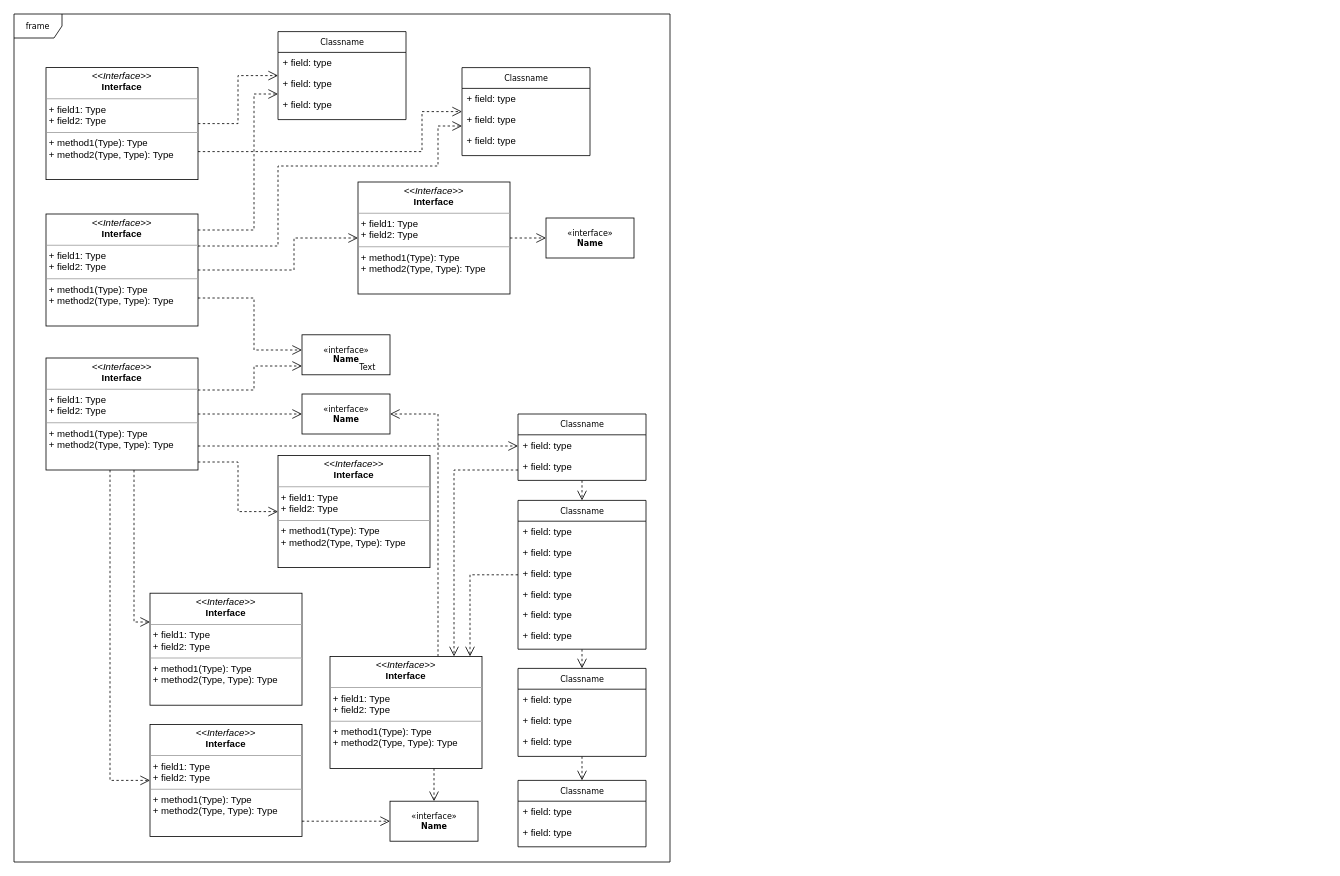
FrostLotus/Project keeps this draw.io diagram as 文件/TUCBatchEditor.drawio. Above is the earlier version. Source tidied: cells renumbered, new cells numbered last; positions are measured from the earlier drawing's top-left corner, leaving out a move shared by most shapes. Both pictures are drawn from the tidied source at 80%, with x=0, y=0 at pixel (14, 14).
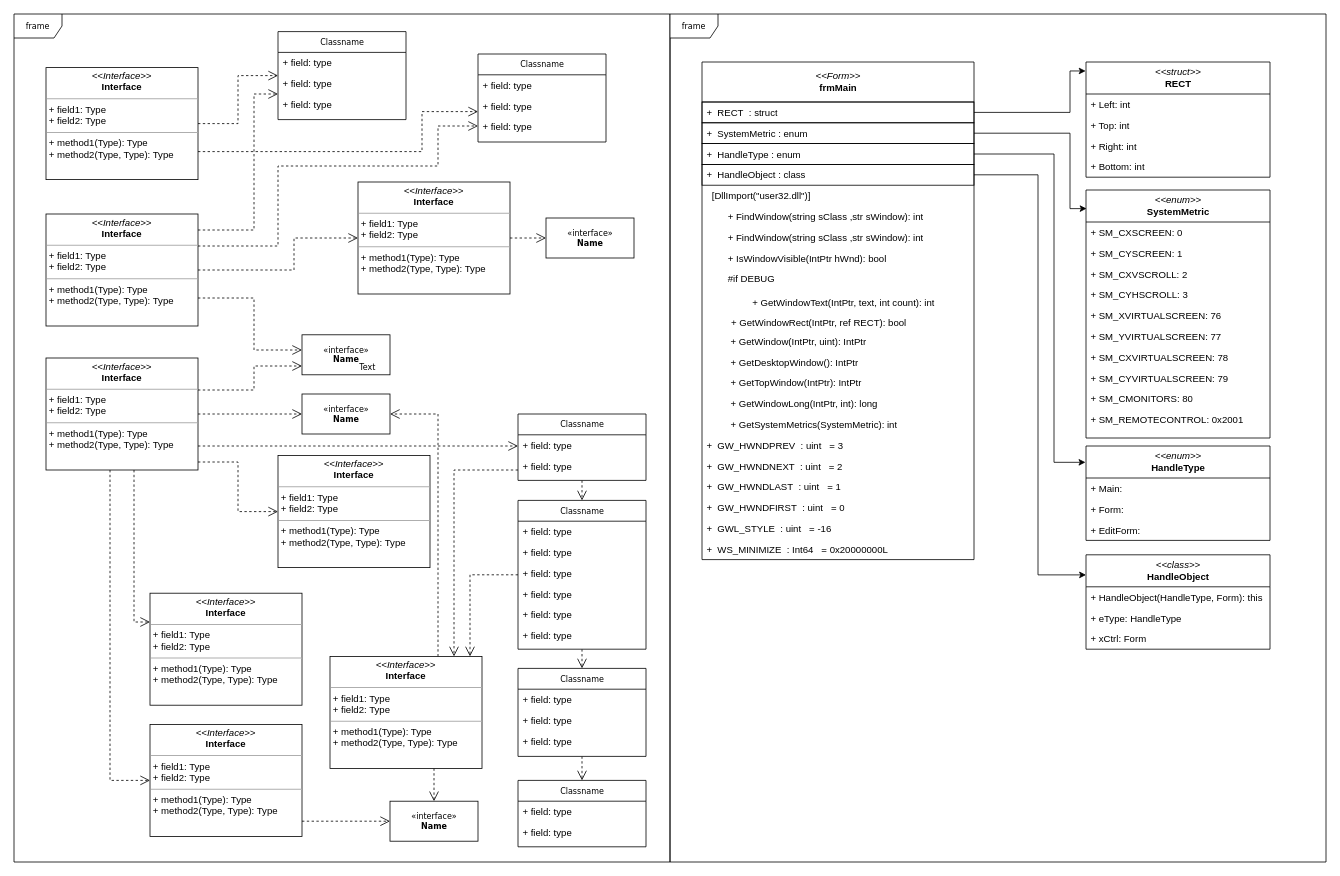
The same diagram, later.

Commit message:
print half

Change to the diagram source:
```diff
@@
     <mxCell id="16" value="Classname" style="swimlane;html=1;fontStyle=0;horizontal=1;startSize=26;fillColor=none;swimlaneFillColor=#ffffff;rounded=0;shadow=0;comic=0;labelBackgroundColor=none;strokeWidth=1;fontFamily=Verdana;fontSize=10;align=center;" parent="1" vertex="1">
-      <mxGeometry x="560" y="67" width="160" height="110" as="geometry" />
+      <mxGeometry x="580" y="50" width="160" height="110" as="geometry" />
     </mxCell>
@@
+    <mxCell id="62" value="frame" style="shape=umlFrame;whiteSpace=wrap;html=1;rounded=0;shadow=0;comic=0;labelBackgroundColor=none;strokeWidth=1;fontFamily=Verdana;fontSize=10;align=center;strokeColor=default;" parent="1" vertex="1">
+      <mxGeometry x="820" width="820" height="1060" as="geometry" />
+    </mxCell>
+    <mxCell id="63" value="&lt;i style=&quot;border-color: var(--border-color); font-family: Helvetica; font-size: 12px;&quot;&gt;&amp;lt;&amp;lt;Form&amp;gt;&amp;gt;&lt;/i&gt;&lt;br style=&quot;border-color: var(--border-color); font-family: Helvetica; font-size: 12px;&quot;&gt;&lt;b style=&quot;border-color: var(--border-color); font-family: Helvetica; font-size: 12px; background-color: initial;&quot;&gt;frmMain&lt;/b&gt;" style="swimlane;html=1;fontStyle=0;horizontal=1;startSize=50;fillColor=none;swimlaneFillColor=#ffffff;rounded=0;shadow=0;comic=0;labelBackgroundColor=none;strokeWidth=1;fontFamily=Verdana;fontSize=10;align=center;strokeColor=default;" parent="1" vertex="1">
+      <mxGeometry x="860" y="60" width="340" height="622" as="geometry" />
+    </mxCell>
+    <mxCell id="64" value="+&amp;nbsp; RECT&amp;nbsp; : struct" style="text;html=1;align=left;verticalAlign=top;spacingLeft=4;spacingRight=4;whiteSpace=wrap;overflow=hidden;points=[[0,0.5],[1,0.5]];portConstraint=eastwest;labelBorderColor=none;strokeColor=default;" parent="63" vertex="1">
+      <mxGeometry y="50" width="340" height="26" as="geometry" />
+    </mxCell>
+    <mxCell id="65" value="+&amp;nbsp; SystemMetric : enum&amp;nbsp;" style="text;html=1;align=left;verticalAlign=top;spacingLeft=4;spacingRight=4;whiteSpace=wrap;overflow=hidden;points=[[0,0.5],[1,0.5]];portConstraint=eastwest;labelBorderColor=none;strokeColor=default;" parent="63" vertex="1">
+      <mxGeometry y="76" width="340" height="26" as="geometry" />
+    </mxCell>
+    <mxCell id="66" value="+&amp;nbsp; HandleType : enum&amp;nbsp;" style="text;html=1;align=left;verticalAlign=top;spacingLeft=4;spacingRight=4;whiteSpace=wrap;overflow=hidden;points=[[0,0.5],[1,0.5]];portConstraint=eastwest;labelBorderColor=none;strokeColor=default;" parent="63" vertex="1">
+      <mxGeometry y="102" width="340" height="26" as="geometry" />
+    </mxCell>
+    <mxCell id="67" value="+&amp;nbsp; HandleObject : class&amp;nbsp;" style="text;html=1;align=left;verticalAlign=top;spacingLeft=4;spacingRight=4;whiteSpace=wrap;overflow=hidden;points=[[0,0.5],[1,0.5]];portConstraint=eastwest;labelBorderColor=none;strokeColor=default;" parent="63" vertex="1">
+      <mxGeometry y="128" width="340" height="26" as="geometry" />
+    </mxCell>
+    <mxCell id="68" value="&amp;nbsp;&amp;nbsp;[DllImport(&quot;user32.dll&quot;)]" style="text;html=1;strokeColor=none;fillColor=none;align=left;verticalAlign=top;spacingLeft=4;spacingRight=4;whiteSpace=wrap;overflow=hidden;" parent="63" vertex="1">
+      <mxGeometry y="154" width="340" height="26" as="geometry" />
+    </mxCell>
+    <mxCell id="69" value="&lt;span style=&quot;white-space: pre;&quot;&gt;&#9;&lt;/span&gt;+ FindWindow(string sClass ,str sWindow): int" style="text;html=1;strokeColor=none;fillColor=none;align=left;verticalAlign=top;spacingLeft=4;spacingRight=4;whiteSpace=wrap;overflow=hidden;" parent="63" vertex="1">
+      <mxGeometry y="180" width="340" height="26" as="geometry" />
+    </mxCell>
+    <mxCell id="70" value="&lt;span style=&quot;white-space: pre;&quot;&gt;&#9;&lt;/span&gt;+ FindWindow(string sClass ,str sWindow): int" style="text;html=1;strokeColor=none;fillColor=none;align=left;verticalAlign=top;spacingLeft=4;spacingRight=4;whiteSpace=wrap;overflow=hidden;" parent="63" vertex="1">
+      <mxGeometry y="206" width="340" height="26" as="geometry" />
+    </mxCell>
+    <mxCell id="71" value="&#9;&lt;span style=&quot;white-space: pre;&quot;&gt;&#9;&lt;/span&gt;+&amp;nbsp;&lt;span style=&quot;background-color: initial;&quot;&gt;IsWindowVisible(IntPtr hWnd): bool&lt;/span&gt;&lt;br&gt;&lt;div&gt;&lt;br&gt;&lt;/div&gt;" style="text;html=1;strokeColor=none;fillColor=none;align=left;verticalAlign=top;spacingLeft=4;spacingRight=4;whiteSpace=wrap;overflow=hidden;" parent="63" vertex="1">
+      <mxGeometry y="232" width="340" height="26" as="geometry" />
+    </mxCell>
+    <mxCell id="72" value="&lt;span style=&quot;white-space: pre;&quot;&gt;&#9;&lt;/span&gt;#if DEBUG" style="text;html=1;strokeColor=none;fillColor=none;align=left;verticalAlign=top;spacingLeft=4;spacingRight=4;whiteSpace=wrap;overflow=hidden;" parent="63" vertex="1">
+      <mxGeometry y="258" width="340" height="26" as="geometry" />
+    </mxCell>
+    <mxCell id="73" value="&lt;p style=&quot;border-color: var(--border-color); margin: 0px 0px 0px 4px; line-height: 20.4px;&quot;&gt;&lt;span style=&quot;white-space: pre;&quot;&gt;&#9;&lt;/span&gt;&lt;span style=&quot;white-space: pre;&quot;&gt;&#9;&lt;/span&gt;+ GetWindowText(IntPtr, text, int count): int&lt;/p&gt;&lt;div&gt;&lt;br&gt;&lt;/div&gt;" style="text;html=1;strokeColor=none;fillColor=none;align=left;verticalAlign=top;spacingLeft=4;spacingRight=4;whiteSpace=wrap;overflow=hidden;" parent="63" vertex="1">
+      <mxGeometry y="284" width="340" height="26" as="geometry" />
+    </mxCell>
+    <mxCell id="74" value="&lt;p style=&quot;border-color: var(--border-color); margin: 0px 0px 0px 4px; line-height: 20.4px;&quot;&gt;&lt;span style=&quot;white-space: pre;&quot;&gt;&#9;&lt;/span&gt;+ GetWindowRect(IntPtr, ref RECT): bool&lt;br style=&quot;border-color: var(--border-color);&quot;&gt;&lt;/p&gt;&lt;div&gt;&lt;span style=&quot;border-color: var(--border-color); background-color: initial;&quot;&gt;&lt;br&gt;&lt;/span&gt;&lt;/div&gt;" style="text;html=1;strokeColor=none;fillColor=none;align=left;verticalAlign=top;spacingLeft=4;spacingRight=4;whiteSpace=wrap;overflow=hidden;" parent="63" vertex="1">
+      <mxGeometry y="310" width="340" height="26" as="geometry" />
+    </mxCell>
+    <mxCell id="75" value="&amp;nbsp; &amp;nbsp; &lt;span style=&quot;&quot;&gt;&lt;span style=&quot;white-space: pre;&quot;&gt;&amp;nbsp;&amp;nbsp;&amp;nbsp;&amp;nbsp;&lt;/span&gt;&lt;/span&gt;&amp;nbsp;+ GetWindow(IntPtr, uint): IntPtr" style="text;html=1;strokeColor=none;fillColor=none;align=left;verticalAlign=top;spacingLeft=4;spacingRight=4;whiteSpace=wrap;overflow=hidden;" parent="63" vertex="1">
+      <mxGeometry y="336" width="340" height="26" as="geometry" />
+    </mxCell>
+    <mxCell id="76" value="&amp;nbsp; &amp;nbsp; &lt;span style=&quot;&quot;&gt;&lt;span style=&quot;&quot;&gt;&amp;nbsp;&amp;nbsp;&amp;nbsp;&amp;nbsp;&lt;/span&gt;&lt;/span&gt;&amp;nbsp;+ GetDesktopWindow(): IntPtr" style="text;html=1;strokeColor=none;fillColor=none;align=left;verticalAlign=top;spacingLeft=4;spacingRight=4;whiteSpace=wrap;overflow=hidden;" parent="63" vertex="1">
+      <mxGeometry y="362" width="340" height="26" as="geometry" />
+    </mxCell>
+    <mxCell id="77" value="&amp;nbsp; &amp;nbsp; &lt;span style=&quot;&quot;&gt;&lt;span style=&quot;&quot;&gt;&amp;nbsp;&amp;nbsp;&amp;nbsp;&amp;nbsp;&lt;/span&gt;&lt;/span&gt;&amp;nbsp;+ GetTopWindow(IntPtr): IntPtr" style="text;html=1;strokeColor=none;fillColor=none;align=left;verticalAlign=top;spacingLeft=4;spacingRight=4;whiteSpace=wrap;overflow=hidden;" parent="63" vertex="1">
+      <mxGeometry y="388" width="340" height="26" as="geometry" />
+    </mxCell>
+    <mxCell id="78" value="&amp;nbsp; &amp;nbsp; &lt;span style=&quot;&quot;&gt;&lt;span style=&quot;&quot;&gt;&amp;nbsp;&amp;nbsp;&amp;nbsp;&amp;nbsp;&lt;/span&gt;&lt;/span&gt;&amp;nbsp;+ GetWindowLong(IntPtr, int): long" style="text;html=1;strokeColor=none;fillColor=none;align=left;verticalAlign=top;spacingLeft=4;spacingRight=4;whiteSpace=wrap;overflow=hidden;" parent="63" vertex="1">
+      <mxGeometry y="414" width="340" height="26" as="geometry" />
+    </mxCell>
+    <mxCell id="79" value="&amp;nbsp; &amp;nbsp; &lt;span style=&quot;&quot;&gt;&lt;span style=&quot;&quot;&gt;&amp;nbsp;&amp;nbsp;&amp;nbsp;&amp;nbsp;&lt;/span&gt;&lt;/span&gt;&amp;nbsp;+ GetSystemMetrics(SystemMetric): int" style="text;html=1;strokeColor=none;fillColor=none;align=left;verticalAlign=top;spacingLeft=4;spacingRight=4;whiteSpace=wrap;overflow=hidden;" parent="63" vertex="1">
+      <mxGeometry y="440" width="340" height="26" as="geometry" />
+    </mxCell>
+    <mxCell id="80" value="+&amp;nbsp; GW_HWNDPREV&amp;nbsp; : uint&amp;nbsp; &amp;nbsp;= 3" style="text;html=1;align=left;verticalAlign=top;spacingLeft=4;spacingRight=4;whiteSpace=wrap;overflow=hidden;labelBorderColor=none;strokeColor=none;" parent="63" vertex="1">
+      <mxGeometry y="466" width="340" height="26" as="geometry" />
+    </mxCell>
+    <mxCell id="81" value="+&amp;nbsp; GW_HWNDNEXT&amp;nbsp; : uint&amp;nbsp; &amp;nbsp;= 2" style="text;html=1;align=left;verticalAlign=top;spacingLeft=4;spacingRight=4;whiteSpace=wrap;overflow=hidden;labelBorderColor=none;strokeColor=none;" parent="63" vertex="1">
+      <mxGeometry y="492" width="340" height="26" as="geometry" />
+    </mxCell>
+    <mxCell id="82" value="+&amp;nbsp; GW_HWNDLAST&amp;nbsp; : uint&amp;nbsp; &amp;nbsp;= 1" style="text;html=1;align=left;verticalAlign=top;spacingLeft=4;spacingRight=4;whiteSpace=wrap;overflow=hidden;labelBorderColor=none;strokeColor=none;" parent="63" vertex="1">
+      <mxGeometry y="518" width="340" height="26" as="geometry" />
+    </mxCell>
+    <mxCell id="83" value="+&amp;nbsp; GW_HWNDFIRST&amp;nbsp; : uint&amp;nbsp; &amp;nbsp;= 0" style="text;html=1;align=left;verticalAlign=top;spacingLeft=4;spacingRight=4;whiteSpace=wrap;overflow=hidden;labelBorderColor=none;strokeColor=none;" parent="63" vertex="1">
+      <mxGeometry y="544" width="340" height="26" as="geometry" />
+    </mxCell>
+    <mxCell id="84" value="+&amp;nbsp; GWL_STYLE&amp;nbsp; : uint&amp;nbsp; &amp;nbsp;= -16" style="text;html=1;align=left;verticalAlign=top;spacingLeft=4;spacingRight=4;whiteSpace=wrap;overflow=hidden;labelBorderColor=none;strokeColor=none;" parent="63" vertex="1">
+      <mxGeometry y="570" width="340" height="26" as="geometry" />
+    </mxCell>
+    <mxCell id="85" value="+&amp;nbsp; WS_MINIMIZE&amp;nbsp; : Int64&amp;nbsp; &amp;nbsp;= 0x20000000L" style="text;html=1;align=left;verticalAlign=top;spacingLeft=4;spacingRight=4;whiteSpace=wrap;overflow=hidden;labelBorderColor=none;strokeColor=none;" parent="63" vertex="1">
+      <mxGeometry y="596" width="340" height="26" as="geometry" />
+    </mxCell>
+    <mxCell id="86" value="&lt;i style=&quot;border-color: var(--border-color); font-size: 12px; font-family: Helvetica;&quot;&gt;&amp;lt;&amp;lt;enum&amp;gt;&amp;gt;&lt;/i&gt;&lt;br style=&quot;border-color: var(--border-color); font-size: 12px; font-family: Helvetica;&quot;&gt;&lt;b style=&quot;border-color: var(--border-color); font-size: 12px; background-color: initial; font-family: Helvetica;&quot;&gt;SystemMetric&lt;/b&gt;" style="swimlane;html=1;fontStyle=0;horizontal=1;startSize=40;fillColor=none;swimlaneFillColor=#ffffff;rounded=0;shadow=0;comic=0;labelBackgroundColor=none;strokeWidth=1;fontFamily=Verdana;fontSize=10;align=center;" parent="1" vertex="1">
+      <mxGeometry x="1340" y="220" width="230" height="310" as="geometry" />
+    </mxCell>
+    <mxCell id="87" value="+ SM_CXSCREEN: 0" style="text;html=1;strokeColor=none;fillColor=none;align=left;verticalAlign=top;spacingLeft=4;spacingRight=4;whiteSpace=wrap;overflow=hidden;" parent="86" vertex="1">
+      <mxGeometry y="40" width="230" height="26" as="geometry" />
+    </mxCell>
+    <mxCell id="88" value="+ SM_CYSCREEN: 1" style="text;html=1;strokeColor=none;fillColor=none;align=left;verticalAlign=top;spacingLeft=4;spacingRight=4;whiteSpace=wrap;overflow=hidden;" parent="86" vertex="1">
+      <mxGeometry y="66" width="230" height="26" as="geometry" />
+    </mxCell>
+    <mxCell id="89" value="+ SM_CXVSCROLL: 2" style="text;html=1;strokeColor=none;fillColor=none;align=left;verticalAlign=top;spacingLeft=4;spacingRight=4;whiteSpace=wrap;overflow=hidden;" parent="86" vertex="1">
+      <mxGeometry y="92" width="230" height="26" as="geometry" />
+    </mxCell>
+    <mxCell id="90" value="+ SM_CYHSCROLL: 3" style="text;html=1;strokeColor=none;fillColor=none;align=left;verticalAlign=top;spacingLeft=4;spacingRight=4;whiteSpace=wrap;overflow=hidden;" parent="86" vertex="1">
+      <mxGeometry y="118" width="230" height="26" as="geometry" />
+    </mxCell>
+    <mxCell id="91" value="+ SM_XVIRTUALSCREEN: 76" style="text;html=1;strokeColor=none;fillColor=none;align=left;verticalAlign=top;spacingLeft=4;spacingRight=4;whiteSpace=wrap;overflow=hidden;" parent="86" vertex="1">
+      <mxGeometry y="144" width="230" height="26" as="geometry" />
+    </mxCell>
+    <mxCell id="92" value="+ SM_YVIRTUALSCREEN: 77" style="text;html=1;strokeColor=none;fillColor=none;align=left;verticalAlign=top;spacingLeft=4;spacingRight=4;whiteSpace=wrap;overflow=hidden;" parent="86" vertex="1">
+      <mxGeometry y="170" width="230" height="26" as="geometry" />
+    </mxCell>
+    <mxCell id="93" value="+ SM_CXVIRTUALSCREEN: 78" style="text;html=1;strokeColor=none;fillColor=none;align=left;verticalAlign=top;spacingLeft=4;spacingRight=4;whiteSpace=wrap;overflow=hidden;" parent="86" vertex="1">
+      <mxGeometry y="196" width="230" height="26" as="geometry" />
+    </mxCell>
+    <mxCell id="94" value="+ SM_CYVIRTUALSCREEN: 79" style="text;html=1;strokeColor=none;fillColor=none;align=left;verticalAlign=top;spacingLeft=4;spacingRight=4;whiteSpace=wrap;overflow=hidden;" parent="86" vertex="1">
+      <mxGeometry y="222" width="230" height="26" as="geometry" />
+    </mxCell>
+    <mxCell id="95" value="+ SM_CMONITORS: 80" style="text;html=1;strokeColor=none;fillColor=none;align=left;verticalAlign=top;spacingLeft=4;spacingRight=4;whiteSpace=wrap;overflow=hidden;" parent="86" vertex="1">
+      <mxGeometry y="248" width="230" height="26" as="geometry" />
+    </mxCell>
+    <mxCell id="96" value="+ SM_REMOTECONTROL: 0x2001" style="text;html=1;strokeColor=none;fillColor=none;align=left;verticalAlign=top;spacingLeft=4;spacingRight=4;whiteSpace=wrap;overflow=hidden;" parent="86" vertex="1">
+      <mxGeometry y="274" width="230" height="26" as="geometry" />
+    </mxCell>
+    <mxCell id="97" value="&lt;i style=&quot;border-color: var(--border-color); font-size: 12px; font-family: Helvetica;&quot;&gt;&amp;lt;&amp;lt;struct&amp;gt;&amp;gt;&lt;/i&gt;&lt;br style=&quot;border-color: var(--border-color); font-size: 12px; font-family: Helvetica;&quot;&gt;&lt;b style=&quot;border-color: var(--border-color); font-size: 12px; background-color: initial; font-family: Helvetica;&quot;&gt;RECT&lt;/b&gt;" style="swimlane;html=1;fontStyle=0;horizontal=1;startSize=40;fillColor=none;swimlaneFillColor=#ffffff;rounded=0;shadow=0;comic=0;labelBackgroundColor=none;strokeWidth=1;fontFamily=Verdana;fontSize=10;align=center;" parent="1" vertex="1">
+      <mxGeometry x="1340" y="60" width="230" height="144" as="geometry" />
+    </mxCell>
+    <mxCell id="98" value="+ Left: int" style="text;html=1;strokeColor=none;fillColor=none;align=left;verticalAlign=top;spacingLeft=4;spacingRight=4;whiteSpace=wrap;overflow=hidden;" parent="97" vertex="1">
+      <mxGeometry y="40" width="230" height="26" as="geometry" />
+    </mxCell>
+    <mxCell id="99" value="+ Top: int" style="text;html=1;strokeColor=none;fillColor=none;align=left;verticalAlign=top;spacingLeft=4;spacingRight=4;whiteSpace=wrap;overflow=hidden;" parent="97" vertex="1">
+      <mxGeometry y="66" width="230" height="26" as="geometry" />
+    </mxCell>
+    <mxCell id="100" value="+ Right: int" style="text;html=1;strokeColor=none;fillColor=none;align=left;verticalAlign=top;spacingLeft=4;spacingRight=4;whiteSpace=wrap;overflow=hidden;" parent="97" vertex="1">
+      <mxGeometry y="92" width="230" height="26" as="geometry" />
+    </mxCell>
+    <mxCell id="101" value="+ Bottom: int" style="text;html=1;strokeColor=none;fillColor=none;align=left;verticalAlign=top;spacingLeft=4;spacingRight=4;whiteSpace=wrap;overflow=hidden;" parent="97" vertex="1">
+      <mxGeometry y="118" width="230" height="26" as="geometry" />
+    </mxCell>
+    <mxCell id="102" style="edgeStyle=orthogonalEdgeStyle;rounded=0;jettySize=auto;html=1;exitX=1;exitY=0.5;exitDx=0;exitDy=0;entryX=-0.002;entryY=0.078;entryDx=0;entryDy=0;entryPerimeter=0;" parent="1" edge="1" source="64" target="97">
+      <mxGeometry relative="1" as="geometry">
+        <Array as="points">
+          <mxPoint x="1320" y="123" />
+          <mxPoint x="1320" y="71" />
+        </Array>
+      </mxGeometry>
+    </mxCell>
+    <mxCell id="103" style="edgeStyle=orthogonalEdgeStyle;rounded=0;jettySize=auto;html=1;exitX=1;exitY=0.5;exitDx=0;exitDy=0;entryX=0.003;entryY=0.075;entryDx=0;entryDy=0;entryPerimeter=0;" parent="1" edge="1" source="65" target="86">
+      <mxGeometry relative="1" as="geometry">
+        <Array as="points">
+          <mxPoint x="1320" y="149" />
+          <mxPoint x="1320" y="243" />
+        </Array>
+      </mxGeometry>
+    </mxCell>
+    <mxCell id="104" value="&lt;i style=&quot;border-color: var(--border-color); font-size: 12px; font-family: Helvetica;&quot;&gt;&amp;lt;&amp;lt;enum&amp;gt;&amp;gt;&lt;/i&gt;&lt;br style=&quot;border-color: var(--border-color); font-size: 12px; font-family: Helvetica;&quot;&gt;&lt;b style=&quot;border-color: var(--border-color); font-size: 12px; background-color: initial; font-family: Helvetica;&quot;&gt;HandleType&lt;/b&gt;" style="swimlane;html=1;fontStyle=0;horizontal=1;startSize=40;fillColor=none;swimlaneFillColor=#ffffff;rounded=0;shadow=0;comic=0;labelBackgroundColor=none;strokeWidth=1;fontFamily=Verdana;fontSize=10;align=center;" parent="1" vertex="1">
+      <mxGeometry x="1340" y="540" width="230" height="118" as="geometry" />
+    </mxCell>
+    <mxCell id="105" value="+ Main:&amp;nbsp;" style="text;html=1;strokeColor=none;fillColor=none;align=left;verticalAlign=top;spacingLeft=4;spacingRight=4;whiteSpace=wrap;overflow=hidden;" parent="104" vertex="1">
+      <mxGeometry y="40" width="230" height="26" as="geometry" />
+    </mxCell>
+    <mxCell id="106" value="+ Form:&amp;nbsp;" style="text;html=1;strokeColor=none;fillColor=none;align=left;verticalAlign=top;spacingLeft=4;spacingRight=4;whiteSpace=wrap;overflow=hidden;" parent="104" vertex="1">
+      <mxGeometry y="66" width="230" height="26" as="geometry" />
+    </mxCell>
+    <mxCell id="107" value="+ EditForm:&amp;nbsp;" style="text;html=1;strokeColor=none;fillColor=none;align=left;verticalAlign=top;spacingLeft=4;spacingRight=4;whiteSpace=wrap;overflow=hidden;" parent="104" vertex="1">
+      <mxGeometry y="92" width="230" height="26" as="geometry" />
+    </mxCell>
+    <mxCell id="108" style="edgeStyle=orthogonalEdgeStyle;rounded=0;jettySize=auto;html=1;exitX=1;exitY=0.5;exitDx=0;exitDy=0;entryX=-0.003;entryY=0.173;entryDx=0;entryDy=0;entryPerimeter=0;" parent="1" edge="1" source="66" target="104">
+      <mxGeometry relative="1" as="geometry">
+        <Array as="points">
+          <mxPoint x="1300" y="175" />
+          <mxPoint x="1300" y="560" />
+        </Array>
+      </mxGeometry>
+    </mxCell>
+    <mxCell id="109" value="&lt;i style=&quot;border-color: var(--border-color); font-size: 12px; font-family: Helvetica;&quot;&gt;&amp;lt;&amp;lt;class&amp;gt;&amp;gt;&lt;/i&gt;&lt;br style=&quot;border-color: var(--border-color); font-size: 12px; font-family: Helvetica;&quot;&gt;&lt;b style=&quot;border-color: var(--border-color); font-size: 12px; background-color: initial; font-family: Helvetica;&quot;&gt;HandleObject&lt;/b&gt;" style="swimlane;html=1;fontStyle=0;horizontal=1;startSize=40;fillColor=none;swimlaneFillColor=#ffffff;rounded=0;shadow=0;comic=0;labelBackgroundColor=none;strokeWidth=1;fontFamily=Verdana;fontSize=10;align=center;" parent="1" vertex="1">
+      <mxGeometry x="1340" y="676" width="230" height="118" as="geometry" />
+    </mxCell>
+    <mxCell id="110" value="+ HandleObject(HandleType, Form): this&amp;nbsp;" style="text;html=1;strokeColor=none;fillColor=none;align=left;verticalAlign=top;spacingLeft=4;spacingRight=4;whiteSpace=wrap;overflow=hidden;" parent="109" vertex="1">
+      <mxGeometry y="40" width="230" height="26" as="geometry" />
+    </mxCell>
+    <mxCell id="111" value="+ eType:&amp;nbsp;HandleType" style="text;html=1;strokeColor=none;fillColor=none;align=left;verticalAlign=top;spacingLeft=4;spacingRight=4;whiteSpace=wrap;overflow=hidden;" parent="109" vertex="1">
+      <mxGeometry y="66" width="230" height="26" as="geometry" />
+    </mxCell>
+    <mxCell id="112" value="+ xCtrl: Form" style="text;html=1;strokeColor=none;fillColor=none;align=left;verticalAlign=top;spacingLeft=4;spacingRight=4;whiteSpace=wrap;overflow=hidden;" parent="109" vertex="1">
+      <mxGeometry y="92" width="230" height="26" as="geometry" />
+    </mxCell>
+    <mxCell id="113" style="edgeStyle=orthogonalEdgeStyle;rounded=0;jettySize=auto;html=1;exitX=1;exitY=0.5;exitDx=0;exitDy=0;entryX=0;entryY=0.213;entryDx=0;entryDy=0;entryPerimeter=0;" parent="1" edge="1" source="67" target="109">
+      <mxGeometry relative="1" as="geometry">
+        <Array as="points">
+          <mxPoint x="1280" y="201" />
+          <mxPoint x="1280" y="701" />
+        </Array>
+      </mxGeometry>
+    </mxCell>
```
